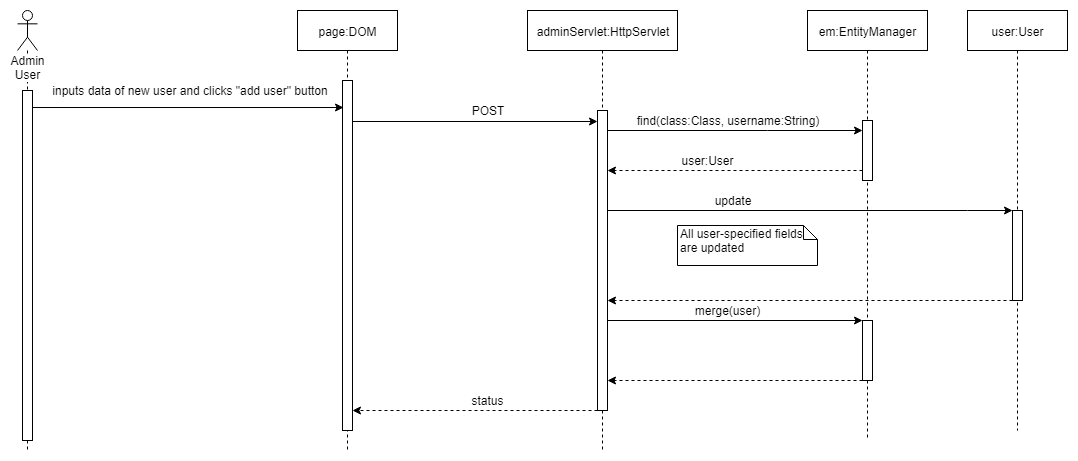
Earlier version of the draw.io export Presentation/SequenceDiagrams/46-1. Admin updates an existing user.png (Randypaquette13/CSE308New). Source tidied: cells renumbered, new cells last; positions are measured from the earlier drawing's top-left corner, leaving out a move shared by most shapes. The source it was exported from:
```xml
<mxGraphModel>
  <root>
    <mxCell id="0" />
    <mxCell id="1" parent="0" />
    <mxCell id="2" value="page:DOM" style="shape=umlLifeline;perimeter=lifelinePerimeter;whiteSpace=wrap;html=1;" parent="1" vertex="1">
      <mxGeometry x="280" width="100" height="440" as="geometry" />
    </mxCell>
    <mxCell id="3" style="html=1;points=[];perimeter=orthogonalPerimeter;" parent="2" vertex="1">
      <mxGeometry x="45" y="70" width="10" height="350" as="geometry" />
    </mxCell>
    <mxCell id="4" value="Admin User" style="shape=umlLifeline;participant=umlActor;perimeter=lifelinePerimeter;whiteSpace=wrap;html=1;verticalAlign=top;spacingTop=36;labelBackgroundColor=#ffffff;size=40;" parent="1" vertex="1">
      <mxGeometry width="20" height="440" as="geometry" />
    </mxCell>
    <mxCell id="5" style="html=1;points=[];perimeter=orthogonalPerimeter;" parent="4" vertex="1">
      <mxGeometry x="5" y="80" width="10" height="350" as="geometry" />
    </mxCell>
    <mxCell id="6" value="inputs data of new user and clicks &quot;add user&quot; button" style="text;html=1;strokeColor=none;fillColor=none;align=center;verticalAlign=middle;whiteSpace=wrap;rounded=0;" parent="1" vertex="1">
      <mxGeometry x="32.5" y="70" width="280" height="20" as="geometry" />
    </mxCell>
    <mxCell id="7" style="endArrow=classic;html=1;rounded=0;entryX=0;entryY=0.037;entryDx=0;entryDy=0;entryPerimeter=0;" parent="1" edge="1" source="3" target="10">
      <mxGeometry relative="1" as="geometry" />
    </mxCell>
    <mxCell id="8" value="POST" style="text;html=1;strokeColor=none;fillColor=none;align=center;verticalAlign=middle;whiteSpace=wrap;rounded=0;" parent="1" vertex="1">
      <mxGeometry x="450" y="90" width="40" height="20" as="geometry" />
    </mxCell>
    <mxCell id="9" value="adminServlet:HttpServlet" style="shape=umlLifeline;perimeter=lifelinePerimeter;whiteSpace=wrap;html=1;" parent="1" vertex="1">
      <mxGeometry x="510" width="150" height="440" as="geometry" />
    </mxCell>
    <mxCell id="10" style="html=1;points=[];perimeter=orthogonalPerimeter;" parent="9" vertex="1">
      <mxGeometry x="70" y="100" width="10" height="300" as="geometry" />
    </mxCell>
    <mxCell id="11" value="merge(user)" style="text;html=1;strokeColor=none;fillColor=none;align=center;verticalAlign=middle;whiteSpace=wrap;rounded=0;" parent="1" vertex="1">
      <mxGeometry x="670" y="290" width="80" height="20" as="geometry" />
    </mxCell>
    <mxCell id="12" value="em:EntityManager" style="shape=umlLifeline;perimeter=lifelinePerimeter;whiteSpace=wrap;html=1;" parent="1" vertex="1">
      <mxGeometry x="790" width="120" height="430" as="geometry" />
    </mxCell>
    <mxCell id="13" style="html=1;points=[];perimeter=orthogonalPerimeter;" parent="12" vertex="1">
      <mxGeometry x="55" y="310" width="10" height="60" as="geometry" />
    </mxCell>
    <mxCell id="14" style="html=1;points=[];perimeter=orthogonalPerimeter;" parent="12" vertex="1">
      <mxGeometry x="55" y="110" width="10" height="60" as="geometry" />
    </mxCell>
    <mxCell id="15" value="status" style="text;html=1;strokeColor=none;fillColor=none;align=center;verticalAlign=middle;whiteSpace=wrap;rounded=0;" parent="1" vertex="1">
      <mxGeometry x="450" y="380" width="40" height="20" as="geometry" />
    </mxCell>
    <mxCell id="16" style="endArrow=classic;html=1;entryX=0.14;entryY=0.078;entryDx=0;entryDy=0;entryPerimeter=0;" parent="1" edge="1" source="5" target="3">
      <mxGeometry relative="1" as="geometry" />
    </mxCell>
    <mxCell id="17" style="endArrow=classic;html=1;dashed=1;" parent="1" edge="1" source="14" target="10">
      <mxGeometry relative="1" as="geometry">
        <Array as="points">
          <mxPoint x="770" y="160" />
        </Array>
      </mxGeometry>
    </mxCell>
    <mxCell id="18" value="find(class:Class, username:String)" style="text;html=1;strokeColor=none;fillColor=none;align=center;verticalAlign=middle;whiteSpace=wrap;rounded=0;" parent="1" vertex="1">
      <mxGeometry x="605" y="100" width="210" height="20" as="geometry" />
    </mxCell>
    <mxCell id="19" value="user:User" style="text;html=1;strokeColor=none;fillColor=none;align=center;verticalAlign=middle;whiteSpace=wrap;rounded=0;" parent="1" vertex="1">
      <mxGeometry x="660" y="140" width="60" height="20" as="geometry" />
    </mxCell>
    <mxCell id="20" value="update" style="text;html=1;strokeColor=none;fillColor=none;align=center;verticalAlign=middle;whiteSpace=wrap;rounded=0;" parent="1" vertex="1">
      <mxGeometry x="690" y="180" width="50" height="20" as="geometry" />
    </mxCell>
    <mxCell id="21" value="All user-specified fields are updated" style="shape=note;whiteSpace=wrap;html=1;size=14;verticalAlign=top;align=left;spacingTop=-6;" parent="1" vertex="1">
      <mxGeometry x="660" y="215" width="140" height="40" as="geometry" />
    </mxCell>
    <mxCell id="22" value="user:User" style="shape=umlLifeline;perimeter=lifelinePerimeter;whiteSpace=wrap;html=1;" parent="1" vertex="1">
      <mxGeometry x="950" width="100" height="420" as="geometry" />
    </mxCell>
    <mxCell id="23" style="html=1;points=[];perimeter=orthogonalPerimeter;" parent="22" vertex="1">
      <mxGeometry x="45" y="200" width="10" height="90" as="geometry" />
    </mxCell>
    <mxCell id="24" style="endArrow=classic;html=1;dashed=1;" parent="1" edge="1" source="23" target="10">
      <mxGeometry relative="1" as="geometry">
        <Array as="points">
          <mxPoint x="940" y="290" />
        </Array>
      </mxGeometry>
    </mxCell>
    <mxCell id="25" style="endArrow=classic;html=1;rounded=0;" parent="1" edge="1" source="10" target="13">
      <mxGeometry relative="1" as="geometry" />
    </mxCell>
    <mxCell id="26" style="endArrow=classic;html=1;rounded=0;" parent="1" edge="1" source="10" target="14">
      <mxGeometry relative="1" as="geometry">
        <Array as="points">
          <mxPoint x="750" y="120" />
        </Array>
      </mxGeometry>
    </mxCell>
    <mxCell id="27" style="endArrow=classic;html=1;rounded=0;" parent="1" edge="1" source="10" target="23">
      <mxGeometry relative="1" as="geometry">
        <Array as="points">
          <mxPoint x="950" y="200" />
        </Array>
      </mxGeometry>
    </mxCell>
    <mxCell id="28" style="endArrow=classic;html=1;dashed=1;" parent="1" edge="1" source="13" target="10">
      <mxGeometry relative="1" as="geometry">
        <Array as="points">
          <mxPoint x="760" y="370" />
        </Array>
      </mxGeometry>
    </mxCell>
    <mxCell id="29" style="endArrow=classic;html=1;dashed=1;" parent="1" edge="1" source="10" target="3">
      <mxGeometry relative="1" as="geometry">
        <Array as="points">
          <mxPoint x="480" y="400" />
        </Array>
      </mxGeometry>
    </mxCell>
  </root>
</mxGraphModel>
```
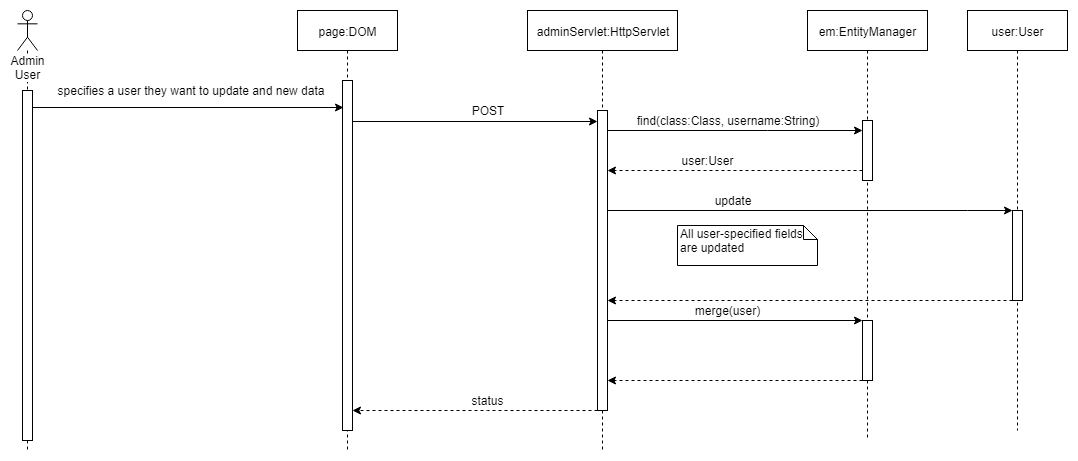
After the change.

What changed in the source:
```diff
@@ -14,7 +14,7 @@
     <mxCell id="5" style="html=1;points=[];perimeter=orthogonalPerimeter;" parent="4" vertex="1">
       <mxGeometry x="5" y="80" width="10" height="350" as="geometry" />
     </mxCell>
-    <mxCell id="6" value="inputs data of new user and clicks &quot;add user&quot; button" style="text;html=1;strokeColor=none;fillColor=none;align=center;verticalAlign=middle;whiteSpace=wrap;rounded=0;" parent="1" vertex="1">
+    <mxCell id="6" value="specifies a user they want to update and new data" style="text;html=1;strokeColor=none;fillColor=none;align=center;verticalAlign=middle;whiteSpace=wrap;rounded=0;" parent="1" vertex="1">
       <mxGeometry x="32.5" y="70" width="280" height="20" as="geometry" />
     </mxCell>
     <mxCell id="7" style="endArrow=classic;html=1;rounded=0;entryX=0;entryY=0.037;entryDx=0;entryDy=0;entryPerimeter=0;" parent="1" edge="1" source="3" target="10">
```
